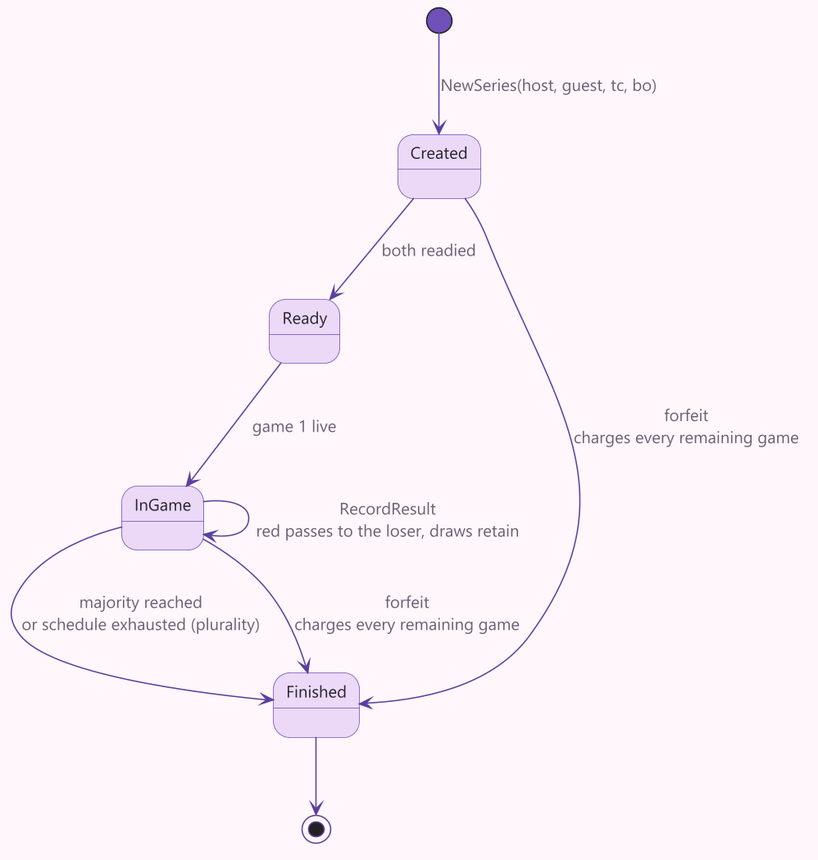
The PlantUML diagram docs/diagrams/series-state-machine.png in lavantien/caro-ai-pvp, before a commit.
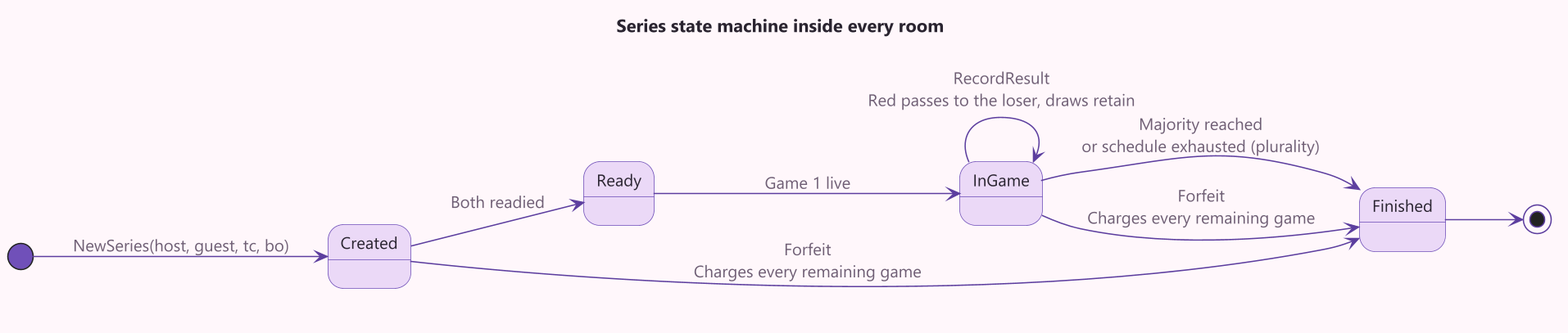
Above is the later version.

Change to the diagram source:
```diff
@@ -1,15 +1,18 @@
 @startuml series-state-machine
 !include common.iuml
+left to right direction
+title Series state machine inside every room
+
 [*] --> Created : NewSeries(host, guest, tc, bo)
 state "Created" as Created
 state "Ready" as Ready
 state "InGame" as InGame
 state "Finished" as Finished
-Created --> Ready : both readied
-Ready --> InGame : game 1 live
-InGame --> InGame : RecordResult\nred passes to the loser, draws retain
-InGame --> Finished : majority reached\nor schedule exhausted (plurality)
-Created --> Finished : forfeit\ncharges every remaining game
-InGame --> Finished : forfeit\ncharges every remaining game
+Created --> Ready : Both readied
+Ready --> InGame : Game 1 live
+InGame --> InGame : RecordResult\nRed passes to the loser, draws retain
+InGame --> Finished : Majority reached\nor schedule exhausted (plurality)
+Created --> Finished : Forfeit\nCharges every remaining game
+InGame --> Finished : Forfeit\nCharges every remaining game
 Finished --> [*]
 @enduml
```
